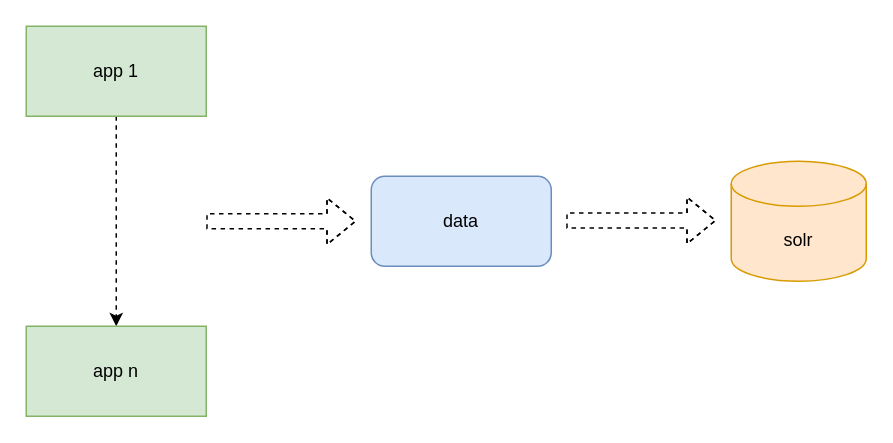
Before: bos平台总体概要.drawio in yindongjun/drawio-3, a draw.io diagram. Source tidied: cells renumbered, new cells numbered last; positions are measured from the earlier drawing's top-left corner, leaving out a move shared by most shapes. Both pictures are drawn from the tidied source at 150%, with x=0, y=0 at pixel (26, 26).
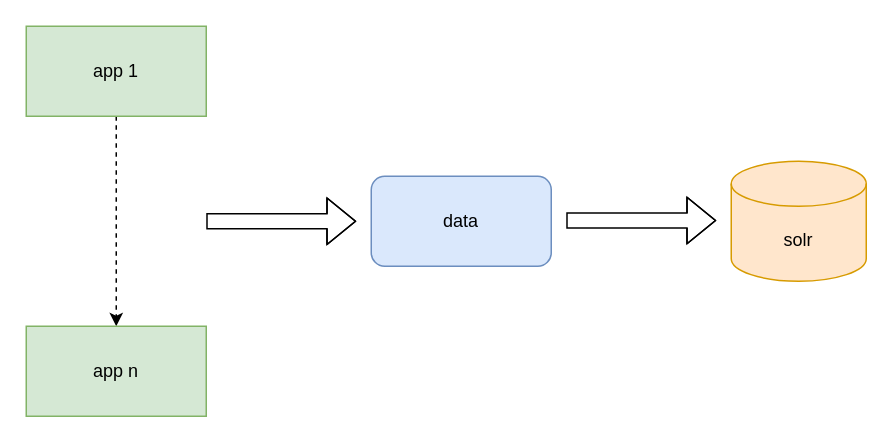
Above is the later version.

Commit message (it also covers changes not shown here):
Update bos平台总体概要.drawio

What changed in the source:
```diff
@@
 <mxGraphModel>
   <root>
     <mxCell id="0" />
     <mxCell id="1" parent="0" />
     <mxCell id="2" style="rounded=0;jettySize=auto;html=1;dashed=1;" parent="1" edge="1" source="3" target="4">
       <mxGeometry relative="1" as="geometry" />
     </mxCell>
     <mxCell id="3" value="app 1" style="rounded=0;whiteSpace=wrap;html=1;fillColor=#d5e8d4;strokeColor=#82b366;" parent="1" vertex="1">
       <mxGeometry width="120" height="60" as="geometry" />
     </mxCell>
     <mxCell id="4" value="app n" style="rounded=0;whiteSpace=wrap;html=1;fillColor=#d5e8d4;strokeColor=#82b366;" parent="1" vertex="1">
       <mxGeometry y="200" width="120" height="60" as="geometry" />
     </mxCell>
-    <mxCell id="5" style="shape=flexArrow;endArrow=classic;html=1;rounded=0;dashed=1;" parent="1" edge="1">
+    <mxCell id="5" style="shape=flexArrow;endArrow=classic;html=1;rounded=0;" parent="1" edge="1">
       <mxGeometry relative="1" as="geometry">
         <mxPoint x="120" y="130" as="sourcePoint" />
         <mxPoint x="220" y="130" as="targetPoint" />
         <Array as="points">
           <mxPoint x="190" y="130" />
         </Array>
       </mxGeometry>
     </mxCell>
-    <mxCell id="6" style="shape=flexArrow;endArrow=classic;html=1;rounded=0;dashed=1;" parent="1" edge="1">
+    <mxCell id="6" style="shape=flexArrow;endArrow=classic;html=1;rounded=0;" parent="1" edge="1">
       <mxGeometry relative="1" as="geometry">
         <mxPoint x="360" y="129.5" as="sourcePoint" />
         <mxPoint x="460" y="129.5" as="targetPoint" />
         <Array as="points">
           <mxPoint x="430" y="129.5" />
         </Array>
       </mxGeometry>
     </mxCell>
     <mxCell id="7" value="solr" style="shape=cylinder3;whiteSpace=wrap;html=1;boundedLbl=1;backgroundOutline=1;size=15;fillColor=#ffe6cc;strokeColor=#d79b00;" parent="1" vertex="1">
       <mxGeometry x="470" y="90" width="90" height="80" as="geometry" />
     </mxCell>
     <mxCell id="8" value="data" style="rounded=1;whiteSpace=wrap;html=1;fillColor=#dae8fc;strokeColor=#6c8ebf;" parent="1" vertex="1">
       <mxGeometry x="230" y="100" width="120" height="60" as="geometry" />
     </mxCell>
   </root>
 </mxGraphModel>
```
